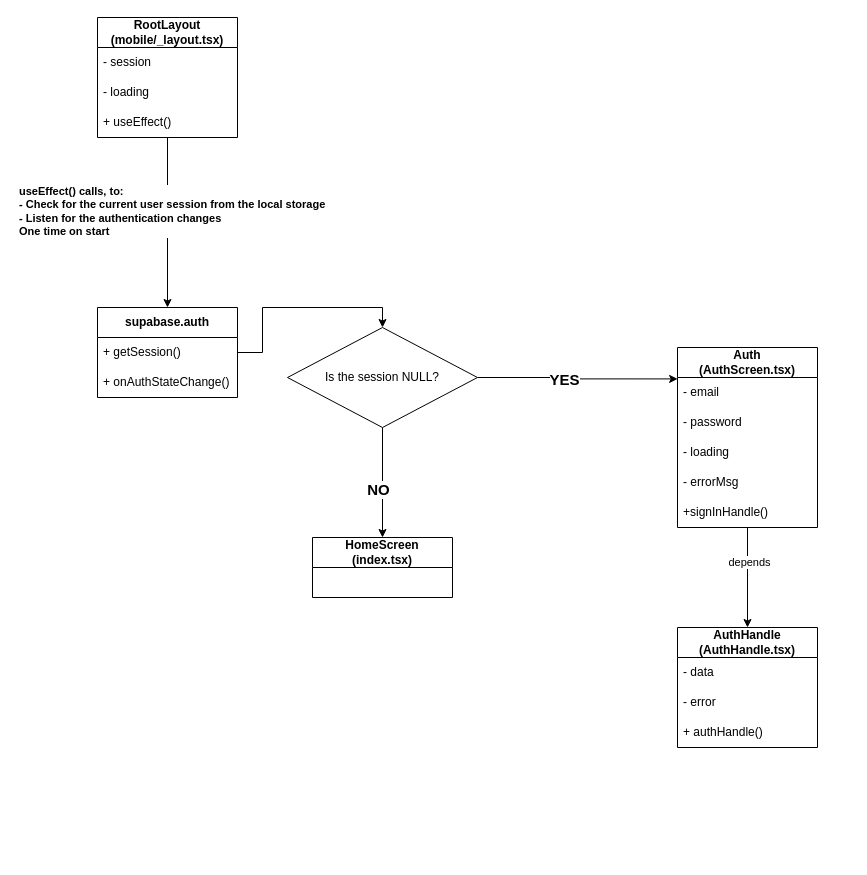
This is page "UML Class Diagram" (1 of 2) of Class_Diagram_Web.drawio from khanhsaan/SharedTimer_v1, a draw.io file, before an edit. Source tidied: cells renumbered, new cells numbered last; positions are measured from the earlier drawing's top-left corner, leaving out a move shared by most shapes. Both pictures are drawn from the tidied source at 100%, with x=0, y=0 at pixel (97, 17).
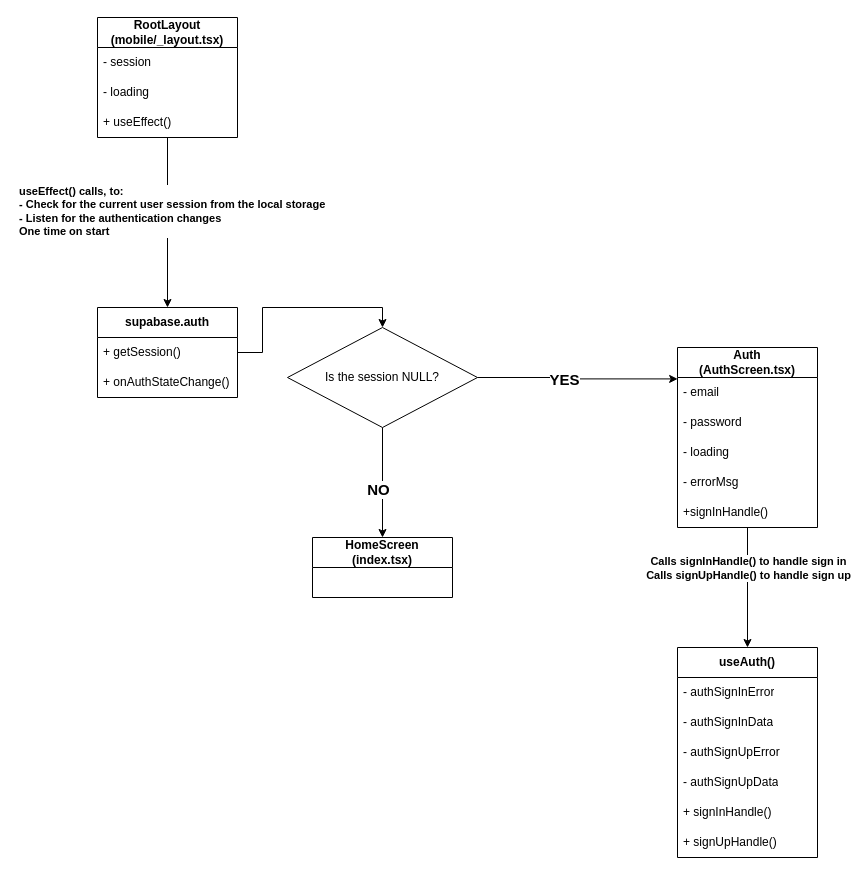
The same page after the edit.

Commit message (it also covers changes not shown here):
Move to the sign page once the user has signed up successfully

Unchanged cells that the change refers to:
```xml
<mxCell id="10" value="Auth&lt;div&gt;(AuthScreen.tsx)&lt;/div&gt;" style="swimlane;fontStyle=1;horizontal=1;startSize=30;whiteSpace=wrap;html=1;" parent="1" vertex="1">
  <mxGeometry x="580" y="330" width="140" height="180" as="geometry" />
</mxCell>
```

The edit, as a diff of the source:
```diff
@@
-    <mxCell id="8" style="edgeStyle=orthogonalEdgeStyle;rounded=0;jettySize=auto;html=1;entryX=0.5;entryY=0;entryDx=0;entryDy=0;" parent="1" edge="1" source="10" target="16">
+    <mxCell id="8" style="edgeStyle=orthogonalEdgeStyle;rounded=0;jettySize=auto;html=1;entryX=0.5;entryY=0;entryDx=0;entryDy=0;" parent="1" edge="1" source="10" target="30">
       <mxGeometry relative="1" as="geometry" />
     </mxCell>
-    <mxCell id="9" value="depends" style="edgeLabel;html=1;align=center;verticalAlign=middle;" parent="8" vertex="1">
-      <mxGeometry x="-0.32" y="1" relative="1" as="geometry" />
+    <mxCell id="9" value="&lt;b&gt;Calls signInHandle() to handle sign in&lt;/b&gt;&lt;div&gt;&lt;b&gt;Calls signUpHandle() to handle sign up&lt;/b&gt;&lt;/div&gt;" style="edgeLabel;html=1;align=center;verticalAlign=middle;" parent="8" vertex="1">
+      <mxGeometry x="-0.32" y="1" relative="1" as="geometry">
+        <mxPoint x="-1" y="-1" as="offset" />
+      </mxGeometry>
     </mxCell>
@@
-    <mxCell id="16" value="AuthHandle&lt;div&gt;(AuthHandle.tsx)&lt;/div&gt;" style="swimlane;fontStyle=1;horizontal=1;startSize=30;whiteSpace=wrap;html=1;" parent="1" vertex="1">
-      <mxGeometry x="580" y="610" width="140" height="120" as="geometry" />
-    </mxCell>
-    <mxCell id="17" value="- data" style="text;strokeColor=none;fillColor=none;align=left;verticalAlign=middle;spacingLeft=4;spacingRight=4;overflow=hidden;whiteSpace=wrap;html=1;" parent="16" vertex="1">
-      <mxGeometry y="30" width="140" height="30" as="geometry" />
-    </mxCell>
-    <mxCell id="18" value="- error" style="text;strokeColor=none;fillColor=none;align=left;verticalAlign=middle;spacingLeft=4;spacingRight=4;overflow=hidden;whiteSpace=wrap;html=1;" parent="16" vertex="1">
-      <mxGeometry y="60" width="140" height="30" as="geometry" />
-    </mxCell>
-    <mxCell id="19" value="+ authHandle()" style="text;strokeColor=none;fillColor=none;align=left;verticalAlign=middle;spacingLeft=4;spacingRight=4;overflow=hidden;whiteSpace=wrap;html=1;" parent="16" vertex="1">
-      <mxGeometry y="90" width="140" height="30" as="geometry" />
-    </mxCell>
@@
+    <mxCell id="30" value="useAuth()" style="swimlane;fontStyle=1;horizontal=1;startSize=30;whiteSpace=wrap;html=1;" parent="1" vertex="1">
+      <mxGeometry x="580" y="630" width="140" height="210" as="geometry" />
+    </mxCell>
+    <mxCell id="31" value="- authSignInError" style="text;strokeColor=none;fillColor=none;align=left;verticalAlign=middle;spacingLeft=4;spacingRight=4;overflow=hidden;whiteSpace=wrap;html=1;" parent="30" vertex="1">
+      <mxGeometry y="30" width="140" height="30" as="geometry" />
+    </mxCell>
+    <mxCell id="32" value="- authSignInData" style="text;strokeColor=none;fillColor=none;align=left;verticalAlign=middle;spacingLeft=4;spacingRight=4;overflow=hidden;whiteSpace=wrap;html=1;" parent="30" vertex="1">
+      <mxGeometry y="60" width="140" height="30" as="geometry" />
+    </mxCell>
+    <mxCell id="33" value="- authSignUpError" style="text;strokeColor=none;fillColor=none;align=left;verticalAlign=middle;spacingLeft=4;spacingRight=4;overflow=hidden;whiteSpace=wrap;html=1;" parent="30" vertex="1">
+      <mxGeometry y="90" width="140" height="30" as="geometry" />
+    </mxCell>
+    <mxCell id="34" value="- authSignUpData" style="text;strokeColor=none;fillColor=none;align=left;verticalAlign=middle;spacingLeft=4;spacingRight=4;overflow=hidden;whiteSpace=wrap;html=1;" parent="30" vertex="1">
+      <mxGeometry y="120" width="140" height="30" as="geometry" />
+    </mxCell>
+    <mxCell id="35" value="+ signInHandle()" style="text;strokeColor=none;fillColor=none;align=left;verticalAlign=middle;spacingLeft=4;spacingRight=4;overflow=hidden;whiteSpace=wrap;html=1;" parent="30" vertex="1">
+      <mxGeometry y="150" width="140" height="30" as="geometry" />
+    </mxCell>
+    <mxCell id="36" value="+ signUpHandle()" style="text;strokeColor=none;fillColor=none;align=left;verticalAlign=middle;spacingLeft=4;spacingRight=4;overflow=hidden;whiteSpace=wrap;html=1;" parent="30" vertex="1">
+      <mxGeometry y="180" width="140" height="30" as="geometry" />
+    </mxCell>
```
